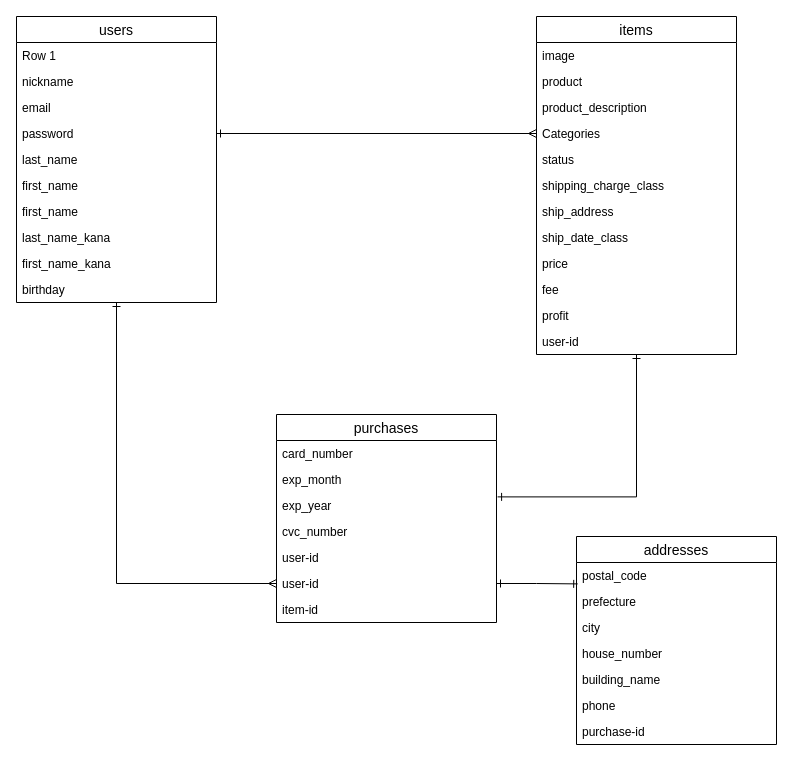
Above: db.dio in guin-1201/furima-29749 (draw.io), before the change. Source tidied: cells renumbered, new cells numbered last; positions are measured from the earlier drawing's top-left corner, leaving out a move shared by most shapes. Both pictures are drawn from the tidied source at 100%, with x=0, y=0 at pixel (16, 16).
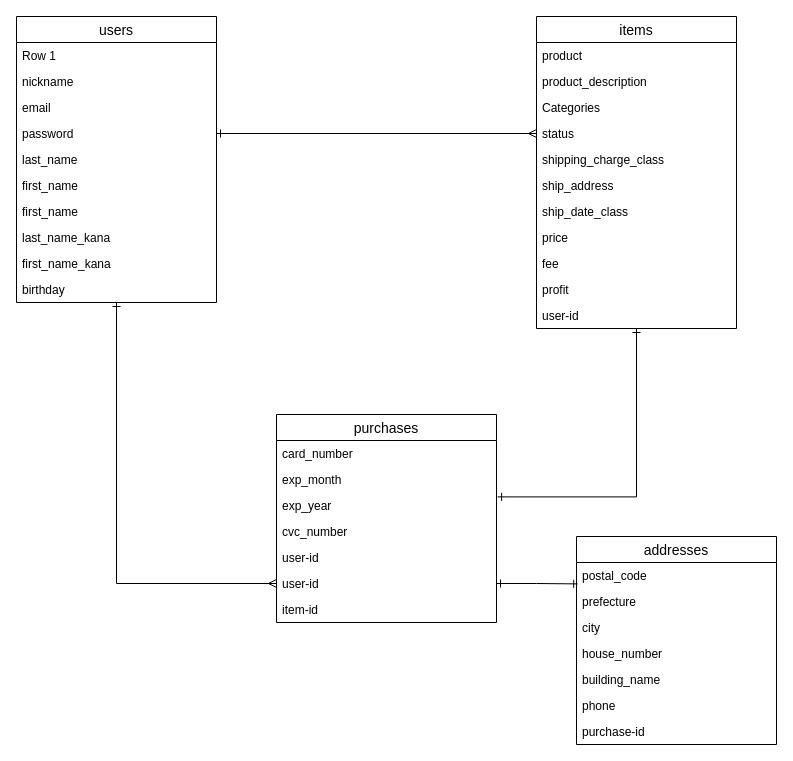
Above is the later version.

Commit message (it also covers changes not shown here):
ER図・README訂正

Unchanged cells that the change refers to:
```xml
<mxCell id="22" value="password" style="text;strokeColor=none;fillColor=none;spacingLeft=4;spacingRight=4;overflow=hidden;points=[[0,0.5],[1,0.5]];portConstraint=eastwest;fontSize=12;" parent="18" vertex="1">
  <mxGeometry y="104" width="200" height="26" as="geometry" />
</mxCell>
```

Change to the diagram source:
```diff
@@
     <mxCell id="3" value="items" style="swimlane;fontStyle=0;horizontal=1;startSize=26;align=center;fontSize=14;" parent="1" vertex="1">
-      <mxGeometry x="520" width="200" height="338" as="geometry" />
+      <mxGeometry x="520" width="200" height="312" as="geometry" />
     </mxCell>
-    <mxCell id="4" value="image" style="text;strokeColor=none;fillColor=none;spacingLeft=4;spacingRight=4;overflow=hidden;fontSize=12;" parent="3" vertex="1">
-      <mxGeometry y="26" width="200" height="26" as="geometry" />
-    </mxCell>
     <mxCell id="5" value="product" style="text;strokeColor=none;fillColor=none;spacingLeft=4;spacingRight=4;overflow=hidden;fontSize=12;" parent="3" vertex="1">
-      <mxGeometry y="52" width="200" height="26" as="geometry" />
+      <mxGeometry y="26" width="200" height="26" as="geometry" />
     </mxCell>
     <mxCell id="6" value="product_description" style="text;strokeColor=none;fillColor=none;spacingLeft=4;spacingRight=4;overflow=hidden;fontSize=12;" parent="3" vertex="1">
-      <mxGeometry y="78" width="200" height="26" as="geometry" />
+      <mxGeometry y="52" width="200" height="26" as="geometry" />
     </mxCell>
     <mxCell id="7" value="Categories" style="text;strokeColor=none;fillColor=none;spacingLeft=4;spacingRight=4;overflow=hidden;points=[[0,0.5],[1,0.5]];portConstraint=eastwest;fontSize=12;" parent="3" vertex="1">
-      <mxGeometry y="104" width="200" height="26" as="geometry" />
+      <mxGeometry y="78" width="200" height="26" as="geometry" />
     </mxCell>
     <mxCell id="8" value="status" style="text;strokeColor=none;fillColor=none;spacingLeft=4;spacingRight=4;overflow=hidden;points=[[0,0.5],[1,0.5]];portConstraint=eastwest;fontSize=12;" parent="3" vertex="1">
-      <mxGeometry y="130" width="200" height="26" as="geometry" />
+      <mxGeometry y="104" width="200" height="26" as="geometry" />
     </mxCell>
     <mxCell id="9" value="shipping_charge_class" style="text;strokeColor=none;fillColor=none;spacingLeft=4;spacingRight=4;overflow=hidden;fontSize=12;" parent="3" vertex="1">
-      <mxGeometry y="156" width="200" height="26" as="geometry" />
+      <mxGeometry y="130" width="200" height="26" as="geometry" />
     </mxCell>
     <mxCell id="10" value="ship_address" style="text;strokeColor=none;fillColor=none;spacingLeft=4;spacingRight=4;overflow=hidden;fontSize=12;" parent="3" vertex="1">
-      <mxGeometry y="182" width="200" height="26" as="geometry" />
+      <mxGeometry y="156" width="200" height="26" as="geometry" />
     </mxCell>
     <mxCell id="11" value="ship_date_class" style="text;strokeColor=none;fillColor=none;spacingLeft=4;spacingRight=4;overflow=hidden;fontSize=12;" parent="3" vertex="1">
-      <mxGeometry y="208" width="200" height="26" as="geometry" />
+      <mxGeometry y="182" width="200" height="26" as="geometry" />
     </mxCell>
     <mxCell id="12" value="price" style="text;strokeColor=none;fillColor=none;spacingLeft=4;spacingRight=4;overflow=hidden;fontSize=12;" parent="3" vertex="1">
-      <mxGeometry y="234" width="200" height="26" as="geometry" />
+      <mxGeometry y="208" width="200" height="26" as="geometry" />
     </mxCell>
     <mxCell id="13" value="fee" style="text;strokeColor=none;fillColor=none;spacingLeft=4;spacingRight=4;overflow=hidden;fontSize=12;" parent="3" vertex="1">
-      <mxGeometry y="260" width="200" height="26" as="geometry" />
+      <mxGeometry y="234" width="200" height="26" as="geometry" />
     </mxCell>
     <mxCell id="14" value="profit" style="text;strokeColor=none;fillColor=none;spacingLeft=4;spacingRight=4;overflow=hidden;fontSize=12;" parent="3" vertex="1">
-      <mxGeometry y="286" width="200" height="26" as="geometry" />
+      <mxGeometry y="260" width="200" height="26" as="geometry" />
     </mxCell>
     <mxCell id="15" value="user-id" style="text;strokeColor=none;fillColor=none;spacingLeft=4;spacingRight=4;overflow=hidden;fontSize=12;" parent="3" vertex="1">
-      <mxGeometry y="312" width="200" height="26" as="geometry" />
+      <mxGeometry y="286" width="200" height="26" as="geometry" />
     </mxCell>
-    <mxCell id="16" style="rounded=0;jettySize=auto;html=1;entryX=0;entryY=0.5;entryDx=0;entryDy=0;startArrow=ERone;startFill=0;endArrow=ERmany;endFill=0;" parent="1" edge="1" source="22" target="7">
+    <mxCell id="16" style="rounded=0;jettySize=auto;html=1;entryX=0;entryY=0.5;entryDx=0;entryDy=0;startArrow=ERone;startFill=0;endArrow=ERmany;endFill=0;" parent="1" edge="1" source="22" target="8">
       <mxGeometry relative="1" as="geometry" />
     </mxCell>
```
